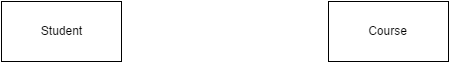
The draw.io diagram diagram/er-1.png in jackey1510/TopicsInCS, before a commit. Source tidied: cells renumbered, new cells last; positions are measured from the earlier drawing's top-left corner, leaving out a move shared by most shapes.
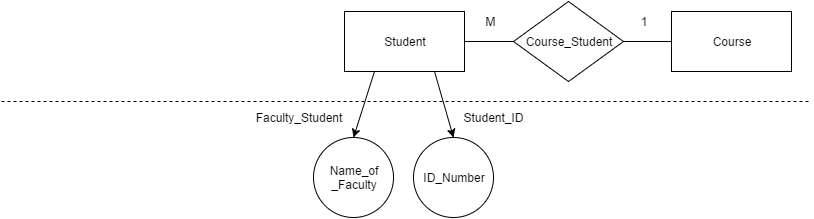
Later version of the same file.

What changed in the source:
```diff
@@ -2,11 +2,50 @@
   <root>
     <mxCell id="0" />
     <mxCell id="1" parent="0" />
+    <mxCell id="4" style="edgeStyle=none;rounded=0;html=1;exitX=1;exitY=0.5;entryX=0;entryY=0.5;startArrow=none;startFill=0;endArrow=none;endFill=0;jettySize=auto;strokeColor=#000000;" parent="1" edge="1" source="2" target="6">
+      <mxGeometry x="471" y="281" as="geometry" />
+    </mxCell>
     <mxCell id="2" value="Student" style="whiteSpace=wrap;html=1;" parent="1" vertex="1">
       <mxGeometry width="120" height="60" as="geometry" />
     </mxCell>
+    <mxCell id="5" style="edgeStyle=none;rounded=0;html=1;exitX=1;exitY=0.5;entryX=0;entryY=0.5;startArrow=none;startFill=0;endArrow=none;endFill=0;jettySize=auto;strokeColor=#000000;" parent="1" edge="1" source="6" target="3">
+      <mxGeometry x="630" y="281" as="geometry" />
+    </mxCell>
+    <mxCell id="6" value="Course_Student" style="rhombus;whiteSpace=wrap;html=1;" parent="1" vertex="1">
+      <mxGeometry x="169" y="-10" width="110" height="80" as="geometry" />
+    </mxCell>
     <mxCell id="3" value="Course" style="whiteSpace=wrap;html=1;" parent="1" vertex="1">
       <mxGeometry x="327" width="120" height="60" as="geometry" />
     </mxCell>
+    <mxCell id="7" style="endArrow=none;html=1;strokeColor=#000000;endFill=0;startArrow=none;startFill=0;dashed=1;" parent="1" edge="1">
+      <mxGeometry x="8" y="341" as="geometry">
+        <mxPoint x="-343" y="90" as="sourcePoint" />
+        <mxPoint x="467" y="90" as="targetPoint" />
+      </mxGeometry>
+    </mxCell>
+    <mxCell id="8" value="Name_of&lt;div&gt;_&lt;span&gt;Faculty&lt;/span&gt;&lt;/div&gt;" style="ellipse;whiteSpace=wrap;html=1;" parent="1" vertex="1">
+      <mxGeometry x="-31" y="126" width="80" height="80" as="geometry" />
+    </mxCell>
+    <mxCell id="9" style="edgeStyle=none;rounded=0;html=1;exitX=0.25;exitY=1;entryX=0.5;entryY=0;startArrow=none;startFill=0;endArrow=classic;endFill=1;jettySize=auto;strokeColor=#000000;" parent="1" edge="1" source="2" target="8">
+      <mxGeometry x="360" y="310.7" as="geometry" />
+    </mxCell>
+    <mxCell id="10" value="Faculty_Student" style="text;html=1;strokeColor=none;fillColor=none;align=center;verticalAlign=middle;whiteSpace=wrap;" parent="1" vertex="1">
+      <mxGeometry x="-66" y="96" width="40" height="20" as="geometry" />
+    </mxCell>
+    <mxCell id="11" value="ID_Number" style="ellipse;whiteSpace=wrap;html=1;" parent="1" vertex="1">
+      <mxGeometry x="69" y="126" width="80" height="80" as="geometry" />
+    </mxCell>
+    <mxCell id="12" style="edgeStyle=none;rounded=0;html=1;exitX=0.75;exitY=1;entryX=0.5;entryY=0;startArrow=none;startFill=0;endArrow=classic;endFill=1;jettySize=auto;strokeColor=#000000;" parent="1" edge="1" source="2" target="11">
+      <mxGeometry x="441.7" y="310.7" as="geometry" />
+    </mxCell>
+    <mxCell id="13" value="Student_ID" style="text;html=1;strokeColor=none;fillColor=none;align=center;verticalAlign=middle;whiteSpace=wrap;" parent="1" vertex="1">
+      <mxGeometry x="129" y="96" width="40" height="20" as="geometry" />
+    </mxCell>
+    <mxCell id="14" value="M" style="text;html=1;strokeColor=none;fillColor=none;align=center;verticalAlign=middle;whiteSpace=wrap;" parent="1" vertex="1">
+      <mxGeometry x="126" width="40" height="20" as="geometry" />
+    </mxCell>
+    <mxCell id="15" value="1" style="text;html=1;strokeColor=none;fillColor=none;align=center;verticalAlign=middle;whiteSpace=wrap;" parent="1" vertex="1">
+      <mxGeometry x="279" width="40" height="20" as="geometry" />
+    </mxCell>
   </root>
 </mxGraphModel>
```
